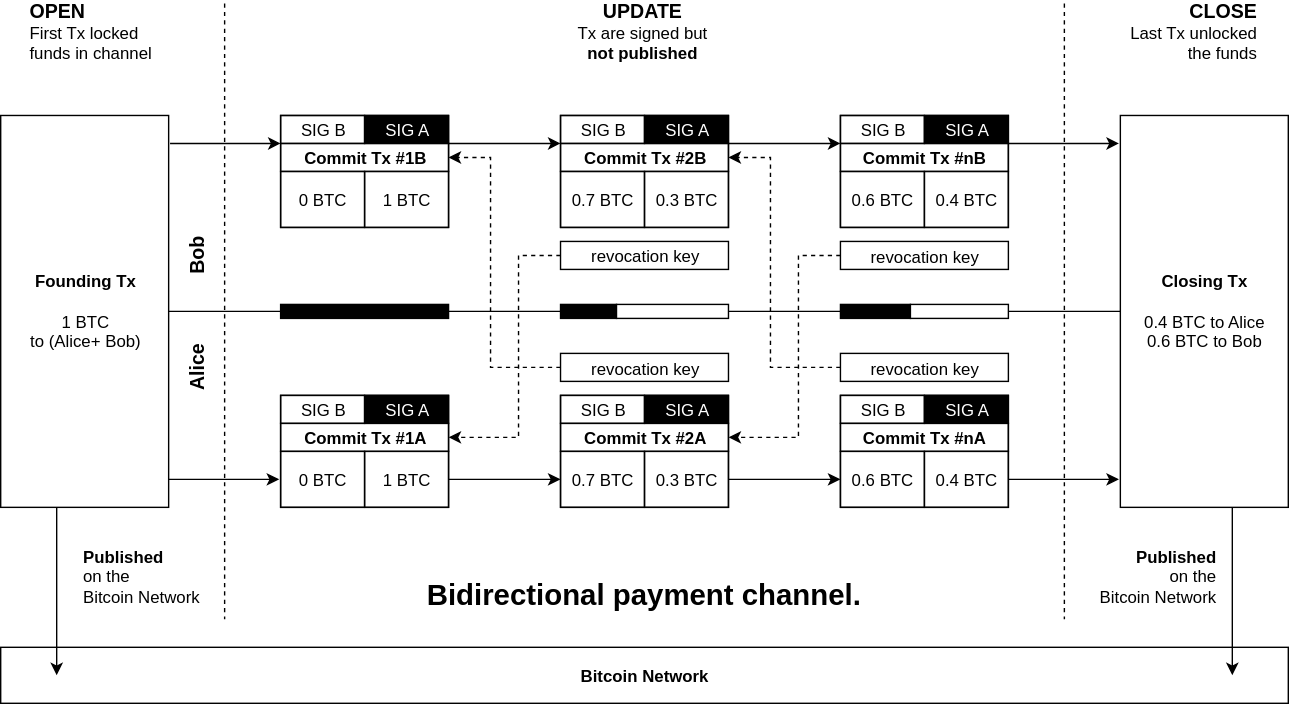
Above: content/slides/2019-06-18-meetup-go-paris/bidirectional-channel.svg in edouardparis/edouardparis.github.io (draw.io), before the change. Source tidied: cells renumbered, new cells last; positions are measured from the earlier drawing's top-left corner, leaving out a move shared by most shapes.
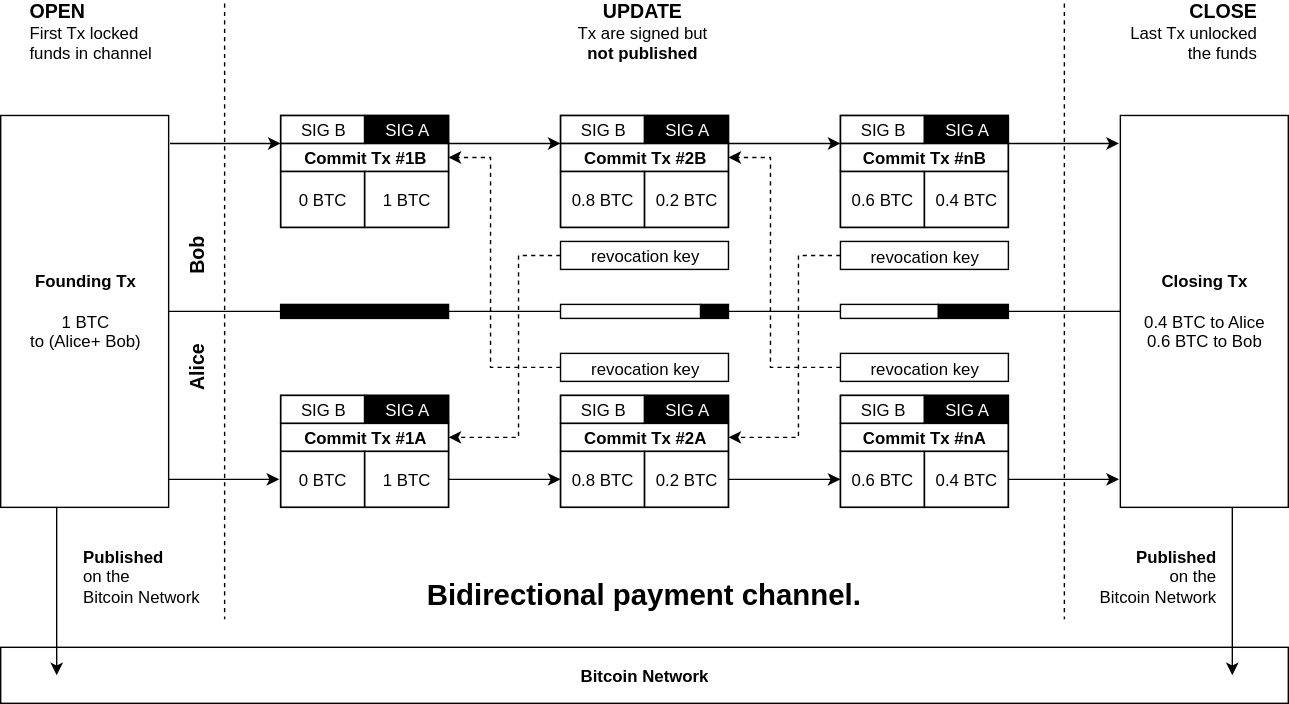
Later version of the same file.

Commit message:
fix bidirectional-channel svg

Diff of the diagram source:
```diff
@@ -27,7 +27,7 @@
     <mxCell id="6" value="&lt;div&gt;&lt;b&gt;Closing Tx&lt;/b&gt;&lt;/div&gt;&lt;div&gt;&lt;b&gt;&lt;br&gt;&lt;/b&gt;&lt;/div&gt;&lt;div&gt;0.4 BTC to Alice&lt;/div&gt;&lt;div&gt;0.6 BTC to Bob&lt;br&gt;&lt;b&gt;&lt;/b&gt;&lt;/div&gt;" style="rounded=0;whiteSpace=wrap;html=1;fillColor=none;" parent="1" vertex="1">
       <mxGeometry x="800" y="80" width="120" height="280" as="geometry" />
     </mxCell>
-    <mxCell id="7" style="endArrow=none;html=1;exitX=1;exitY=0.5;exitDx=0;exitDy=0;entryX=0;entryY=0.5;entryDx=0;entryDy=0;" parent="1" edge="1" source="87" target="6">
+    <mxCell id="7" style="endArrow=none;html=1;exitX=1;exitY=0.5;exitDx=0;exitDy=0;entryX=0;entryY=0.5;entryDx=0;entryDy=0;" parent="1" edge="1" source="85" target="6">
       <mxGeometry relative="1" as="geometry" />
     </mxCell>
     <mxCell id="8" value="&lt;div align=&quot;left&quot;&gt;&lt;b&gt;Published&lt;/b&gt; &lt;br&gt;&lt;/div&gt;&lt;div align=&quot;left&quot;&gt;on the &lt;br&gt;&lt;/div&gt;&lt;div align=&quot;left&quot;&gt;Bitcoin Network&lt;/div&gt;" style="text;html=1;strokeColor=none;fillColor=none;align=center;verticalAlign=middle;whiteSpace=wrap;rounded=0;" parent="1" vertex="1">
@@ -270,10 +270,10 @@
     <mxCell id="66" style="group;" parent="1" vertex="1">
       <mxGeometry x="400" y="120" width="120" height="40" as="geometry" />
     </mxCell>
-    <mxCell id="67" value="0.7 BTC" style="rounded=0;whiteSpace=wrap;html=1;fillColor=none;gradientColor=#ffffff;fontSize=12;align=center;" parent="66" vertex="1">
+    <mxCell id="67" value="0.8 BTC" style="rounded=0;whiteSpace=wrap;html=1;fillColor=none;gradientColor=#ffffff;fontSize=12;align=center;" parent="66" vertex="1">
       <mxGeometry width="60" height="40" as="geometry" />
     </mxCell>
-    <mxCell id="68" value="0.3 BTC" style="rounded=0;whiteSpace=wrap;html=1;fillColor=none;gradientColor=#ffffff;fontSize=12;align=center;" parent="66" vertex="1">
+    <mxCell id="68" value="0.2 BTC" style="rounded=0;whiteSpace=wrap;html=1;fillColor=none;gradientColor=#ffffff;fontSize=12;align=center;" parent="66" vertex="1">
       <mxGeometry x="60" width="60" height="40" as="geometry" />
     </mxCell>
     <mxCell id="69" style="group;" parent="1" vertex="1">
@@ -297,10 +297,10 @@
     <mxCell id="75" style="group;" parent="1" vertex="1">
       <mxGeometry x="400" y="320" width="120" height="40" as="geometry" />
     </mxCell>
-    <mxCell id="76" value="0.7 BTC" style="rounded=0;whiteSpace=wrap;html=1;fillColor=none;gradientColor=#ffffff;fontSize=12;align=center;" parent="75" vertex="1">
+    <mxCell id="76" value="0.8 BTC" style="rounded=0;whiteSpace=wrap;html=1;fillColor=none;gradientColor=#ffffff;fontSize=12;align=center;" parent="75" vertex="1">
       <mxGeometry width="60" height="40" as="geometry" />
     </mxCell>
-    <mxCell id="77" value="0.3 BTC" style="rounded=0;whiteSpace=wrap;html=1;fillColor=none;gradientColor=#ffffff;fontSize=12;align=center;" parent="75" vertex="1">
+    <mxCell id="77" value="0.2 BTC" style="rounded=0;whiteSpace=wrap;html=1;fillColor=none;gradientColor=#ffffff;fontSize=12;align=center;" parent="75" vertex="1">
       <mxGeometry x="60" width="60" height="40" as="geometry" />
     </mxCell>
     <mxCell id="78" style="group;" parent="1" vertex="1">
@@ -318,32 +318,32 @@
     <mxCell id="82" style="endArrow=none;html=1;exitX=1;exitY=0.5;exitDx=0;exitDy=0;entryX=0;entryY=0.5;entryDx=0;entryDy=0;" parent="1" edge="1" source="4" target="81">
       <mxGeometry relative="1" as="geometry" />
     </mxCell>
+    <mxCell id="92" style="edgeStyle=orthogonalEdgeStyle;rounded=0;jettySize=auto;html=1;endArrow=none;endFill=0;fillColor=none;gradientColor=#ffffff;fontSize=21;fontColor=#000000;" parent="1" edge="1" source="83" target="87">
+      <mxGeometry relative="1" as="geometry" />
+    </mxCell>
     <mxCell id="83" style="rounded=0;whiteSpace=wrap;html=1;fillColor=#000000;gradientColor=none;fontSize=12;align=center;" parent="1" vertex="1">
-      <mxGeometry x="400" y="215" width="40" height="10" as="geometry" />
+      <mxGeometry x="500" y="215" width="20" height="10" as="geometry" />
     </mxCell>
-    <mxCell id="84" style="endArrow=none;html=1;exitX=1;exitY=0.5;exitDx=0;exitDy=0;entryX=0;entryY=0.5;entryDx=0;entryDy=0;" parent="1" edge="1" source="81" target="83">
+    <mxCell id="84" style="endArrow=none;html=1;exitX=1;exitY=0.5;exitDx=0;exitDy=0;entryX=0;entryY=0.5;entryDx=0;entryDy=0;" parent="1" edge="1" source="89" target="83">
       <mxGeometry relative="1" as="geometry" />
     </mxCell>
+    <mxCell id="87" style="rounded=0;whiteSpace=wrap;html=1;strokeColor=#000000;fillColor=#FFFFFF;gradientColor=none;fontSize=12;fontColor=#FFFFFF;align=center;" parent="1" vertex="1">
+      <mxGeometry x="600" y="215" width="70" height="10" as="geometry" />
+    </mxCell>
+    <mxCell id="91" value="Bidirectional payment channel.&#10;&#10;&#10;" style="text;strokeColor=none;fillColor=none;spacing=5;spacingTop=-20;overflow=hidden;rounded=0;fontSize=21;fontColor=#000000;align=center;labelBorderColor=none;fontStyle=1;" parent="1" vertex="1">
+      <mxGeometry x="200" y="420" width="520" height="40" as="geometry" />
+    </mxCell>
+    <mxCell id="89" style="rounded=0;whiteSpace=wrap;html=1;strokeColor=#000000;fillColor=#FFFFFF;gradientColor=none;fontSize=12;fontColor=#FFFFFF;align=center;" parent="1" vertex="1">
+      <mxGeometry x="400" y="215" width="100" height="10" as="geometry" />
+    </mxCell>
+    <mxCell id="93" style="endArrow=none;html=1;exitX=1;exitY=0.5;exitDx=0;exitDy=0;entryX=0;entryY=0.5;entryDx=0;entryDy=0;" parent="1" edge="1" source="81" target="89">
+      <mxGeometry relative="1" as="geometry" />
+    </mxCell>
     <mxCell id="85" style="rounded=0;whiteSpace=wrap;html=1;strokeColor=#000000;fillColor=#000000;gradientColor=none;fontSize=12;fontColor=#FFFFFF;align=center;" parent="1" vertex="1">
-      <mxGeometry x="600" y="215" width="50" height="10" as="geometry" />
+      <mxGeometry x="670" y="215" width="50" height="10" as="geometry" />
     </mxCell>
-    <mxCell id="86" style="endArrow=none;html=1;exitX=1;exitY=0.5;exitDx=0;exitDy=0;entryX=0;entryY=0.5;entryDx=0;entryDy=0;" parent="1" edge="1" source="89" target="85">
-      <mxGeometry relative="1" as="geometry" />
-    </mxCell>
-    <mxCell id="87" style="rounded=0;whiteSpace=wrap;html=1;strokeColor=#000000;fillColor=#FFFFFF;gradientColor=none;fontSize=12;fontColor=#FFFFFF;align=center;" parent="1" vertex="1">
-      <mxGeometry x="650" y="215" width="70" height="10" as="geometry" />
-    </mxCell>
-    <mxCell id="88" style="endArrow=none;html=1;exitX=1;exitY=0.5;exitDx=0;exitDy=0;entryX=0;entryY=0.5;entryDx=0;entryDy=0;" parent="1" edge="1" source="85" target="87">
-      <mxGeometry relative="1" as="geometry" />
-    </mxCell>
-    <mxCell id="89" style="rounded=0;whiteSpace=wrap;html=1;strokeColor=#000000;fillColor=#FFFFFF;gradientColor=none;fontSize=12;fontColor=#FFFFFF;align=center;" parent="1" vertex="1">
-      <mxGeometry x="440" y="215" width="80" height="10" as="geometry" />
-    </mxCell>
-    <mxCell id="90" style="endArrow=none;html=1;exitX=1;exitY=0.5;exitDx=0;exitDy=0;entryX=0;entryY=0.5;entryDx=0;entryDy=0;" parent="1" edge="1" source="83" target="89">
-      <mxGeometry relative="1" as="geometry" />
-    </mxCell>
-    <mxCell id="91" value="Bidirectional payment channel.&#10;&#10;&#10;" style="text;strokeColor=none;fillColor=none;spacing=5;spacingTop=-20;overflow=hidden;rounded=0;fontSize=21;fontColor=#000000;align=center;labelBorderColor=none;fontStyle=1;" parent="1" vertex="1">
-      <mxGeometry x="200" y="420" width="520" height="40" as="geometry" />
-    </mxCell>
+    <mxCell id="94" style="endArrow=none;html=1;exitX=1;exitY=0.5;exitDx=0;exitDy=0;entryX=0;entryY=0.5;entryDx=0;entryDy=0;" parent="1" edge="1" source="87" target="85">
+      <mxGeometry relative="1" as="geometry" />
+    </mxCell>
   </root>
 </mxGraphModel>
```
